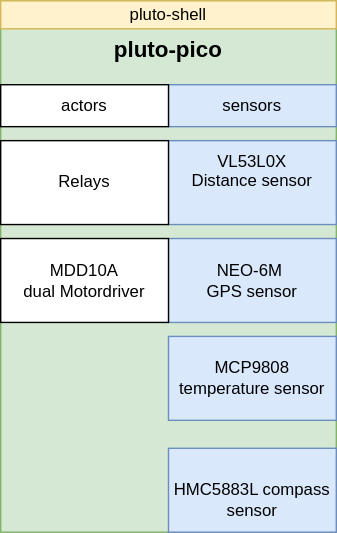
Earlier version of the draw.io export docs/3_pluto_pico/pluto_pico-Connections.drawio.svg (jruelli/pluto_docu). Source tidied: cells renumbered, new cells last; positions are measured from the earlier drawing's top-left corner, leaving out a move shared by most shapes. Source of this version:
```xml
<mxGraphModel>
  <root>
    <mxCell id="0" />
    <mxCell id="1" parent="0" />
    <mxCell id="2" style="rounded=0;whiteSpace=wrap;html=1;fontSize=12;fillColor=#d5e8d4;strokeColor=#82b366;verticalAlign=middle;" parent="1" vertex="1">
      <mxGeometry width="240" height="380" as="geometry" />
    </mxCell>
    <mxCell id="3" value="VL53L0X&lt;br&gt;Distance sensor&lt;br&gt;&lt;h1 class=&quot;product-meta__title heading h1&quot;&gt;&lt;/h1&gt;" style="rounded=0;whiteSpace=wrap;html=1;fillColor=#dae8fc;strokeColor=#6c8ebf;" parent="1" vertex="1">
      <mxGeometry x="120" y="100" width="120" height="60" as="geometry" />
    </mxCell>
    <mxCell id="4" value="NEO-6M&amp;nbsp;&lt;br&gt;GPS sensor" style="rounded=0;whiteSpace=wrap;html=1;fillColor=#dae8fc;strokeColor=#6c8ebf;" parent="1" vertex="1">
      <mxGeometry x="120" y="170" width="120" height="60" as="geometry" />
    </mxCell>
    <mxCell id="5" value="MDD10A&lt;br&gt;dual Motordriver" style="rounded=0;whiteSpace=wrap;html=1;" parent="1" vertex="1">
      <mxGeometry y="170" width="120" height="60" as="geometry" />
    </mxCell>
    <mxCell id="6" value="Relays" style="rounded=0;whiteSpace=wrap;html=1;" parent="1" vertex="1">
      <mxGeometry y="100" width="120" height="60" as="geometry" />
    </mxCell>
    <mxCell id="7" value="&lt;b&gt;&lt;font style=&quot;font-size: 16px;&quot;&gt;pluto-pico&lt;/font&gt;&lt;/b&gt;" style="text;html=1;strokeColor=none;fillColor=none;align=center;verticalAlign=middle;whiteSpace=wrap;rounded=0;" parent="1" vertex="1">
      <mxGeometry x="80" y="20" width="80" height="30" as="geometry" />
    </mxCell>
    <mxCell id="8" value="sensors" style="rounded=0;whiteSpace=wrap;html=1;fontSize=12;fillColor=#dae8fc;strokeColor=#6c8ebf;" parent="1" vertex="1">
      <mxGeometry x="120" y="60" width="120" height="30" as="geometry" />
    </mxCell>
    <mxCell id="9" value="actors" style="rounded=0;whiteSpace=wrap;html=1;fontSize=12;" parent="1" vertex="1">
      <mxGeometry y="60" width="120" height="30" as="geometry" />
    </mxCell>
    <mxCell id="10" value="&lt;font style=&quot;font-size: 12px;&quot;&gt;pluto-shell&lt;/font&gt;" style="rounded=0;whiteSpace=wrap;html=1;fontSize=12;fillColor=#fff2cc;strokeColor=#d6b656;" parent="1" vertex="1">
      <mxGeometry width="240" height="20" as="geometry" />
    </mxCell>
    <mxCell id="11" value="MCP9808 temperature sensor" style="rounded=0;whiteSpace=wrap;html=1;fillColor=#dae8fc;strokeColor=#6c8ebf;" parent="1" vertex="1">
      <mxGeometry x="120" y="240" width="120" height="60" as="geometry" />
    </mxCell>
    <mxCell id="12" value="&lt;div class=&quot;line-block&quot;&gt;&lt;br/&gt;&lt;div class=&quot;line&quot;&gt;HMC5883L compass sensor&lt;/div&gt;&lt;/div&gt;" style="rounded=0;whiteSpace=wrap;html=1;fillColor=#dae8fc;strokeColor=#6c8ebf;" parent="1" vertex="1">
      <mxGeometry x="120" y="320" width="120" height="60" as="geometry" />
    </mxCell>
  </root>
</mxGraphModel>
```
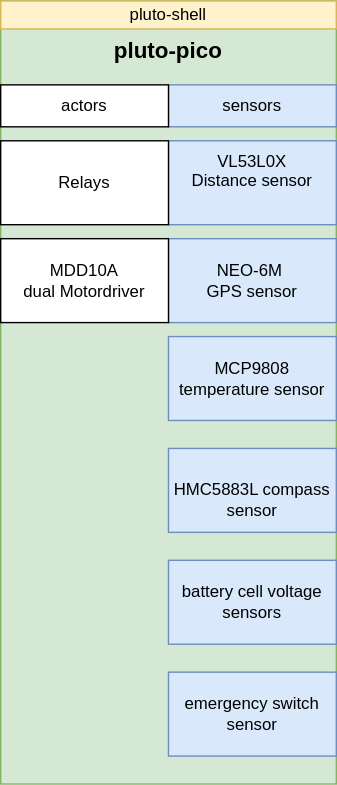
After the commit.

Diff of the diagram source:
```diff
@@ -3,7 +3,7 @@
     <mxCell id="0" />
     <mxCell id="1" parent="0" />
     <mxCell id="2" style="rounded=0;whiteSpace=wrap;html=1;fontSize=12;fillColor=#d5e8d4;strokeColor=#82b366;verticalAlign=middle;" parent="1" vertex="1">
-      <mxGeometry width="240" height="380" as="geometry" />
+      <mxGeometry width="240" height="560" as="geometry" />
     </mxCell>
     <mxCell id="3" value="VL53L0X&lt;br&gt;Distance sensor&lt;br&gt;&lt;h1 class=&quot;product-meta__title heading h1&quot;&gt;&lt;/h1&gt;" style="rounded=0;whiteSpace=wrap;html=1;fillColor=#dae8fc;strokeColor=#6c8ebf;" parent="1" vertex="1">
       <mxGeometry x="120" y="100" width="120" height="60" as="geometry" />
@@ -35,5 +35,11 @@
     <mxCell id="12" value="&lt;div class=&quot;line-block&quot;&gt;&lt;br/&gt;&lt;div class=&quot;line&quot;&gt;HMC5883L compass sensor&lt;/div&gt;&lt;/div&gt;" style="rounded=0;whiteSpace=wrap;html=1;fillColor=#dae8fc;strokeColor=#6c8ebf;" parent="1" vertex="1">
       <mxGeometry x="120" y="320" width="120" height="60" as="geometry" />
     </mxCell>
+    <mxCell id="13" value="&lt;div class=&quot;line-block&quot;&gt;battery cell voltage sensors&lt;/div&gt;" style="rounded=0;whiteSpace=wrap;html=1;fillColor=#dae8fc;strokeColor=#6c8ebf;" parent="1" vertex="1">
+      <mxGeometry x="120" y="400" width="120" height="60" as="geometry" />
+    </mxCell>
+    <mxCell id="14" value="&lt;div class=&quot;line-block&quot;&gt;emergency switch sensor&lt;/div&gt;" style="rounded=0;whiteSpace=wrap;html=1;fillColor=#dae8fc;strokeColor=#6c8ebf;" parent="1" vertex="1">
+      <mxGeometry x="120" y="480" width="120" height="60" as="geometry" />
+    </mxCell>
   </root>
 </mxGraphModel>
```
